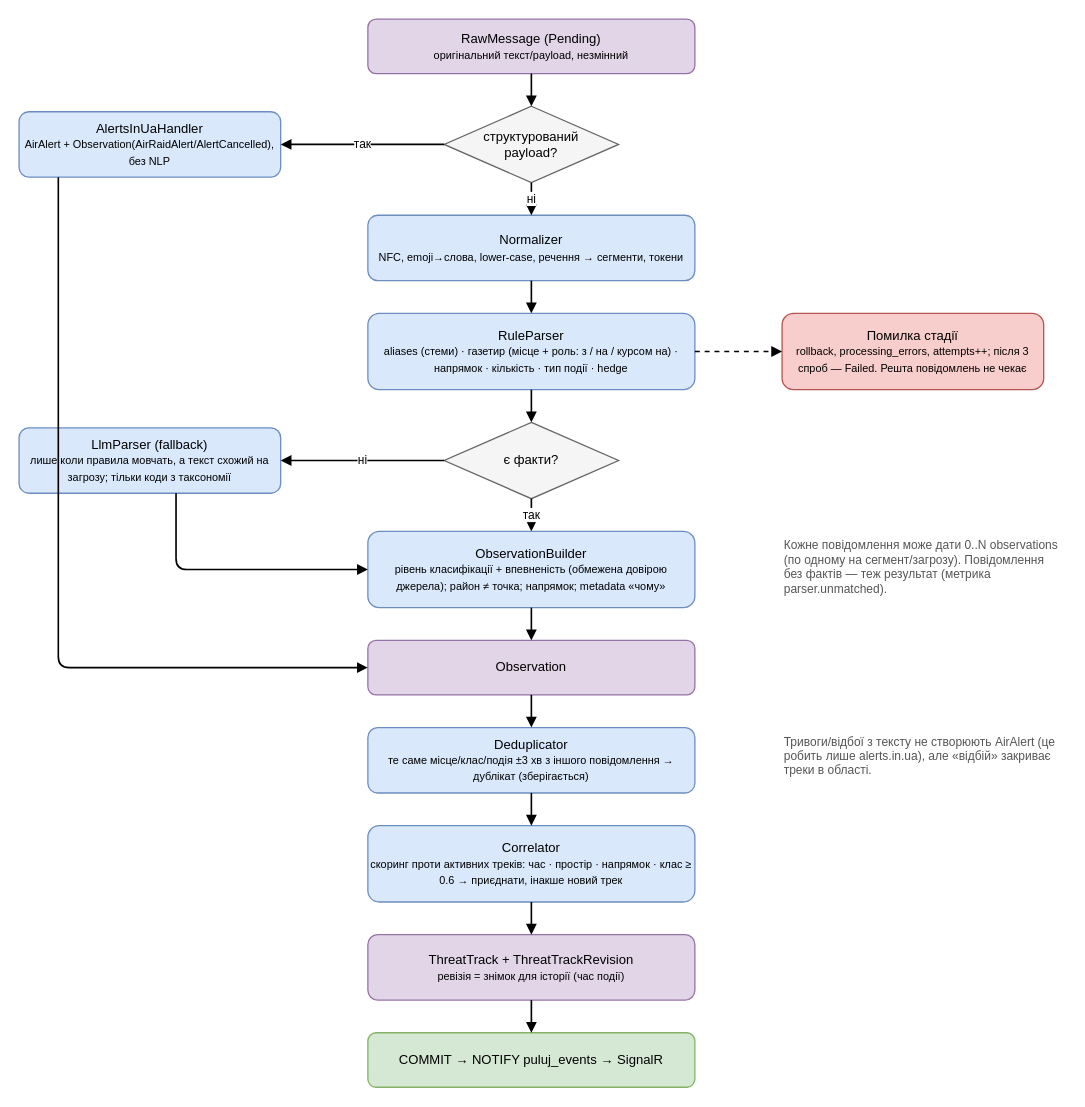
sql-monk/Puluj keeps this draw.io diagram as docs/diagrams/02-pipeline.drawio. Above is the earlier version. Source tidied: cells renumbered, new cells numbered last; positions are measured from the earlier drawing's top-left corner, leaving out a move shared by most shapes. Both pictures are drawn from the tidied source at 109%, with x=0, y=0 at pixel (19, 19).
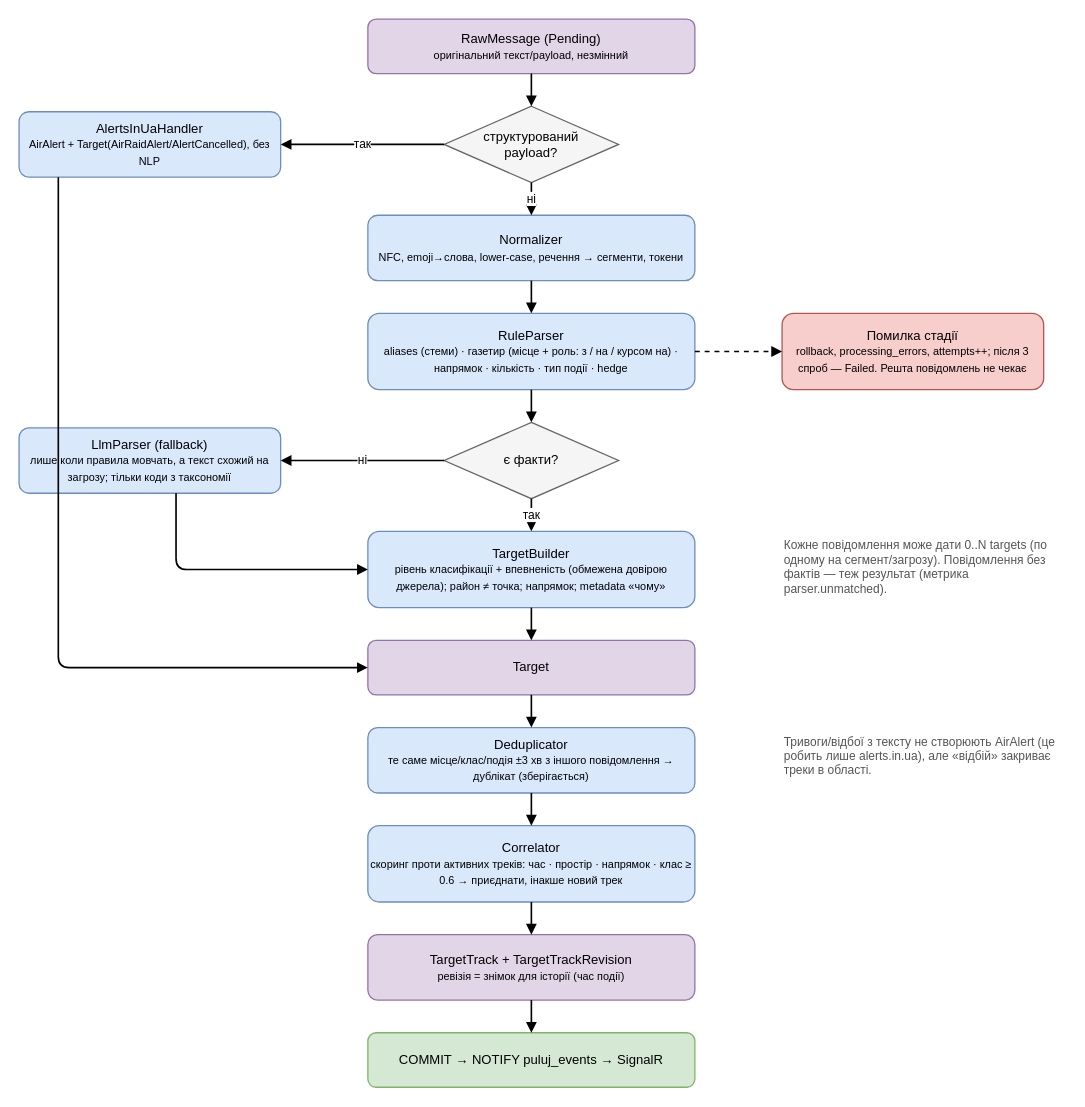
The same diagram, later.

Diff of the diagram source:
```diff
@@
-    <mxCell id="4" value="AlertsInUaHandler&lt;br&gt;&lt;font style='font-size:10px'&gt;AirAlert + Observation(AirRaidAlert/AlertCancelled), без NLP&lt;/font&gt;" style="rounded=1;whiteSpace=wrap;html=1;fontSize=12;strokeWidth=1.2;fillColor=#dae8fc;strokeColor=#6c8ebf;" parent="1" vertex="1">
+    <mxCell id="4" value="AlertsInUaHandler&lt;br&gt;&lt;font style='font-size:10px'&gt;AirAlert + Target(AirRaidAlert/AlertCancelled), без NLP&lt;/font&gt;" style="rounded=1;whiteSpace=wrap;html=1;fontSize=12;strokeWidth=1.2;fillColor=#dae8fc;strokeColor=#6c8ebf;" parent="1" vertex="1">
       <mxGeometry y="85" width="240" height="60" as="geometry" />
     </mxCell>
@@
-    <mxCell id="9" value="ObservationBuilder&lt;br&gt;&lt;font style='font-size:10px'&gt;рівень класифікації + впевненість (обмежена довірою джерела); район ≠ точка; напрямок; metadata «чому»&lt;/font&gt;" style="rounded=1;whiteSpace=wrap;html=1;fontSize=12;strokeWidth=1.2;fillColor=#dae8fc;strokeColor=#6c8ebf;" parent="1" vertex="1">
+    <mxCell id="9" value="TargetBuilder&lt;br&gt;&lt;font style='font-size:10px'&gt;рівень класифікації + впевненість (обмежена довірою джерела); район ≠ точка; напрямок; metadata «чому»&lt;/font&gt;" style="rounded=1;whiteSpace=wrap;html=1;fontSize=12;strokeWidth=1.2;fillColor=#dae8fc;strokeColor=#6c8ebf;" parent="1" vertex="1">
       <mxGeometry x="320" y="470" width="300" height="70" as="geometry" />
     </mxCell>
-    <mxCell id="10" value="Observation" style="rounded=1;whiteSpace=wrap;html=1;fontSize=12;strokeWidth=1.2;fillColor=#e1d5e7;strokeColor=#9673a6;" parent="1" vertex="1">
+    <mxCell id="10" value="Target" style="rounded=1;whiteSpace=wrap;html=1;fontSize=12;strokeWidth=1.2;fillColor=#e1d5e7;strokeColor=#9673a6;" parent="1" vertex="1">
       <mxGeometry x="320" y="570" width="300" height="50" as="geometry" />
     </mxCell>
@@
-    <mxCell id="13" value="ThreatTrack + ThreatTrackRevision&lt;br&gt;&lt;font style='font-size:10px'&gt;ревізія = знімок для історії (час події)&lt;/font&gt;" style="rounded=1;whiteSpace=wrap;html=1;fontSize=12;strokeWidth=1.2;fillColor=#e1d5e7;strokeColor=#9673a6;" parent="1" vertex="1">
+    <mxCell id="13" value="TargetTrack + TargetTrackRevision&lt;br&gt;&lt;font style='font-size:10px'&gt;ревізія = знімок для історії (час події)&lt;/font&gt;" style="rounded=1;whiteSpace=wrap;html=1;fontSize=12;strokeWidth=1.2;fillColor=#e1d5e7;strokeColor=#9673a6;" parent="1" vertex="1">
       <mxGeometry x="320" y="840" width="300" height="60" as="geometry" />
     </mxCell>
@@
-    <mxCell id="16" value="Кожне повідомлення може дати 0..N observations (по одному на сегмент/загрозу). Повідомлення без фактів — теж результат (метрика parser.unmatched)." style="text;html=1;align=left;verticalAlign=top;whiteSpace=wrap;fontSize=11;fontColor=#555555;" parent="1" vertex="1">
+    <mxCell id="16" value="Кожне повідомлення може дати 0..N targets (по одному на сегмент/загрозу). Повідомлення без фактів — теж результат (метрика parser.unmatched)." style="text;html=1;align=left;verticalAlign=top;whiteSpace=wrap;fontSize=11;fontColor=#555555;" parent="1" vertex="1">
       <mxGeometry x="700" y="470" width="260" height="90" as="geometry" />
     </mxCell>
```
